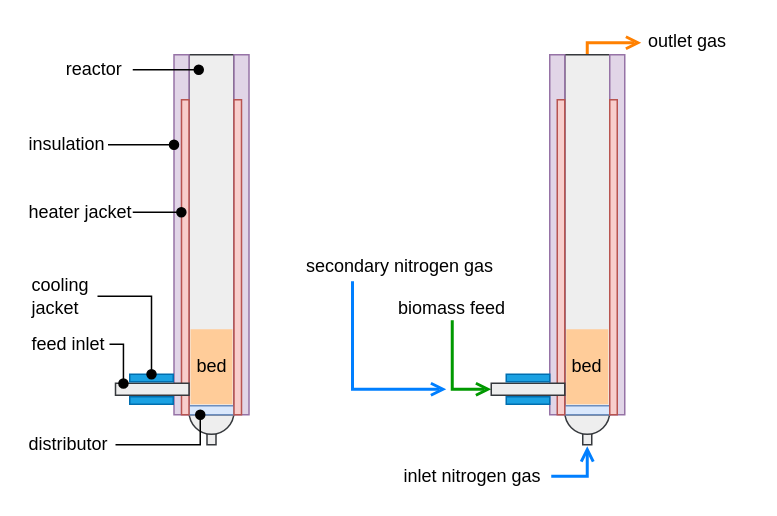
Before: diagrams/pyrolyzer-components.drawio in wigging/jbab-pyrolysis-paper, a draw.io diagram. Source tidied: cells renumbered, new cells numbered last; positions are measured from the earlier drawing's top-left corner, leaving out a move shared by most shapes. Both pictures are drawn from the tidied source at 150%, with x=0, y=0 at pixel (26, 26).
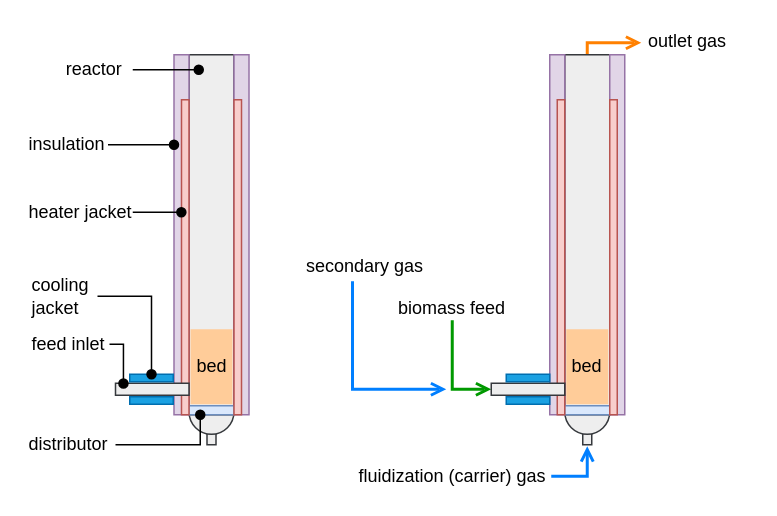
After the change.

Diff of the diagram source:
```diff
@@
-    <mxCell id="6" value="inlet nitrogen gas&lt;br&gt;" style="text;html=1;strokeColor=none;fillColor=none;align=left;verticalAlign=middle;whiteSpace=wrap;rounded=0;fontSize=12;" parent="1" vertex="1">
-      <mxGeometry x="250" y="290" width="100" height="20" as="geometry" />
+    <mxCell id="6" value="fluidization (carrier) gas" style="text;html=1;strokeColor=none;fillColor=none;align=left;verticalAlign=middle;whiteSpace=wrap;rounded=0;fontSize=12;" parent="1" vertex="1">
+      <mxGeometry x="220" y="290" width="130" height="20" as="geometry" />
     </mxCell>
@@
-    <mxCell id="8" value="secondary nitrogen gas&lt;br&gt;" style="text;html=1;strokeColor=none;fillColor=none;align=left;verticalAlign=middle;whiteSpace=wrap;rounded=0;fontSize=12;" parent="1" vertex="1">
+    <mxCell id="8" value="secondary gas" style="text;html=1;strokeColor=none;fillColor=none;align=left;verticalAlign=middle;whiteSpace=wrap;rounded=0;fontSize=12;" parent="1" vertex="1">
       <mxGeometry x="185" y="150" width="130" height="20" as="geometry" />
     </mxCell>
```
